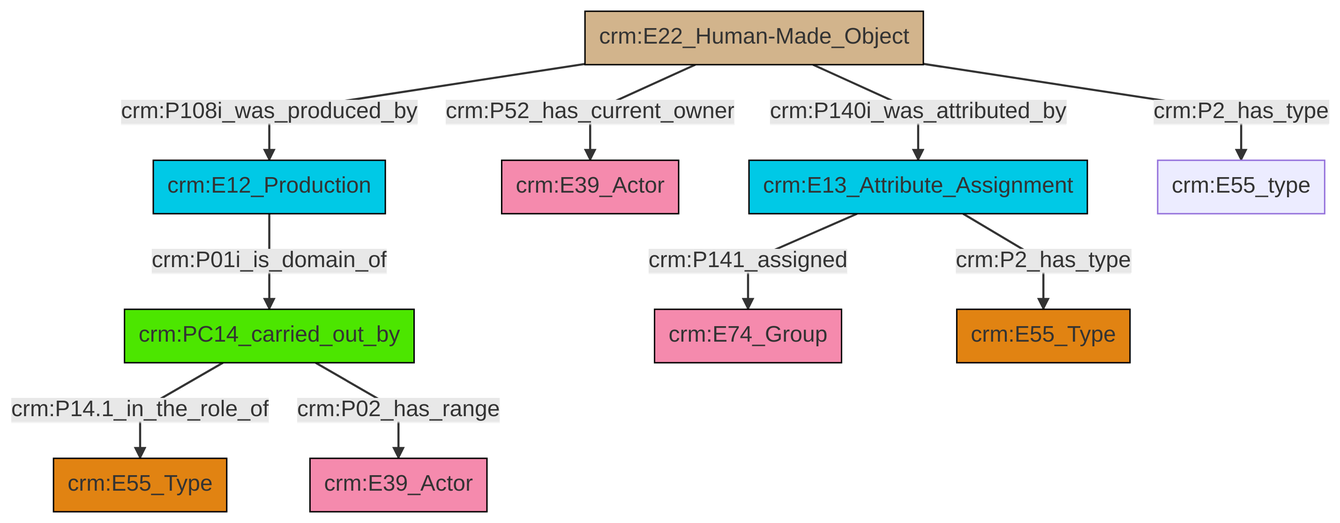
The Mermaid diagram et/builtWorkCSV/ttl/mmd/png/Built_Work_actor_relations.png in swiss-art-research-net/reference-data-models, before a commit. Its source is kept beside it as et/builtWorkCSV/ttl/mmd/Built_Work_actor_relations.ttl.mmd.
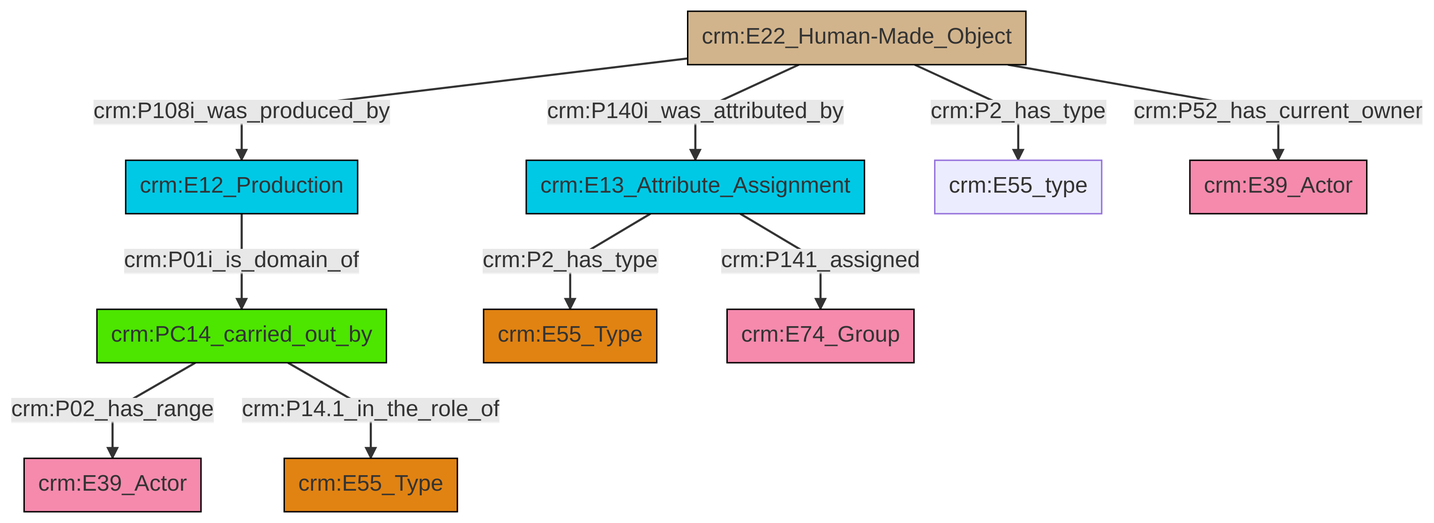
Later version of the same file.

What changed in the source:
```diff
@@ -13,12 +13,12 @@
 classDef PC_Classes fill:#4ce600, stroke:#000000;
 classDef Multi fill:#cccccc,stroke:#000000;
 
-2["crm:PC14_carried_out_by"]:::PC_Classes -->|crm:P14.1_in_the_role_of| 3["crm:E55_Type"]:::Type
-2["crm:PC14_carried_out_by"]:::PC_Classes -->|crm:P02_has_range| 8["crm:E39_Actor"]:::Actor
-9["crm:E13_Attribute_Assignment"]:::Temporal_Entity -->|crm:P141_assigned| 4["crm:E74_Group"]:::Actor
-0["crm:E22_Human-Made_Object"]:::Physical_Thing -->|crm:P140i_was_attributed_by| 9["crm:E13_Attribute_Assignment"]:::Temporal_Entity
-14["crm:E12_Production"]:::Temporal_Entity -->|crm:P01i_is_domain_of| 2["crm:PC14_carried_out_by"]:::PC_Classes
-0["crm:E22_Human-Made_Object"]:::Physical_Thing -->|crm:P2_has_type| 15["crm:E55_type"]:::Default
-9["crm:E13_Attribute_Assignment"]:::Temporal_Entity -->|crm:P2_has_type| 6["crm:E55_Type"]:::Type
-0["crm:E22_Human-Made_Object"]:::Physical_Thing -->|crm:P108i_was_produced_by| 14["crm:E12_Production"]:::Temporal_Entity
-0["crm:E22_Human-Made_Object"]:::Physical_Thing -->|crm:P52_has_current_owner| 11["crm:E39_Actor"]:::Actor
+0["crm:PC14_carried_out_by"]:::PC_Classes -->|crm:P02_has_range| 1["crm:E39_Actor"]:::Actor
+2["crm:E22_Human-Made_Object"]:::Physical_Thing -->|crm:P108i_was_produced_by| 3["crm:E12_Production"]:::Temporal_Entity
+2["crm:E22_Human-Made_Object"]:::Physical_Thing -->|crm:P140i_was_attributed_by| 6["crm:E13_Attribute_Assignment"]:::Temporal_Entity
+6["crm:E13_Attribute_Assignment"]:::Temporal_Entity -->|crm:P141_assigned| 7["crm:E74_Group"]:::Actor
+2["crm:E22_Human-Made_Object"]:::Physical_Thing -->|crm:P2_has_type| 9["crm:E55_type"]:::Default
+6["crm:E13_Attribute_Assignment"]:::Temporal_Entity -->|crm:P2_has_type| 4["crm:E55_Type"]:::Type
+0["crm:PC14_carried_out_by"]:::PC_Classes -->|crm:P14.1_in_the_role_of| 14["crm:E55_Type"]:::Type
+3["crm:E12_Production"]:::Temporal_Entity -->|crm:P01i_is_domain_of| 0["crm:PC14_carried_out_by"]:::PC_Classes
+2["crm:E22_Human-Made_Object"]:::Physical_Thing -->|crm:P52_has_current_owner| 16["crm:E39_Actor"]:::Actor
```
